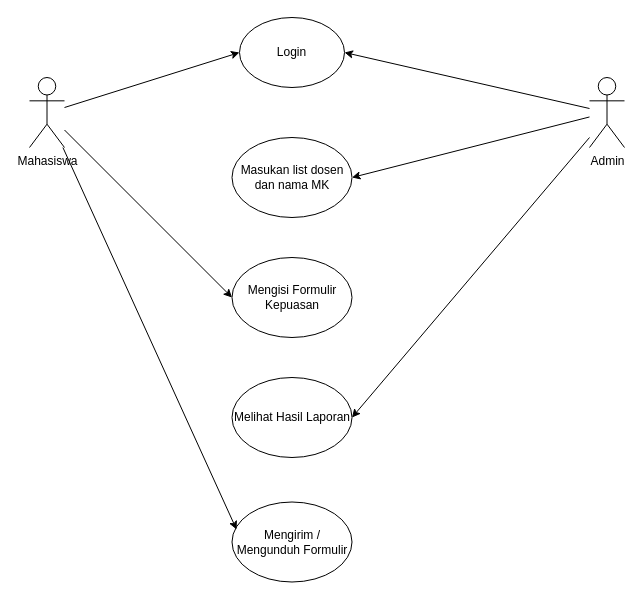
The draw.io diagram Diagram Tanpa Judul.drawio in Eara032/drawio, before the edit. Source tidied: cells renumbered, new cells numbered last; positions are measured from the earlier drawing's top-left corner, leaving out a move shared by most shapes. Both pictures are drawn from the tidied source at 100%, with x=0, y=0 at pixel (29, 17).
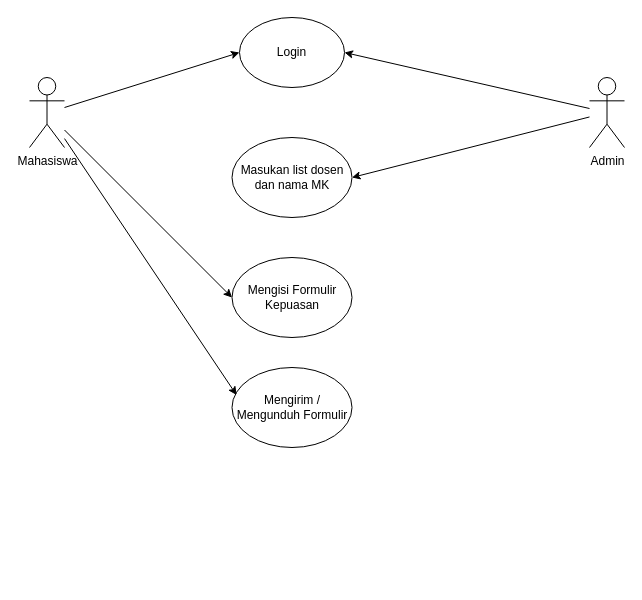
The same diagram, later.

Change to the diagram source:
```diff
@@
 <mxGraphModel>
   <root>
     <mxCell id="0" />
     <mxCell id="1" parent="0" />
     <mxCell id="2" value="Mahasiswa" style="shape=umlActor;verticalLabelPosition=bottom;verticalAlign=top;html=1;outlineConnect=0;" parent="1" vertex="1">
       <mxGeometry y="60" width="35" height="70" as="geometry" />
     </mxCell>
     <mxCell id="3" value="Admin" style="shape=umlActor;verticalLabelPosition=bottom;verticalAlign=top;html=1;outlineConnect=0;" parent="1" vertex="1">
       <mxGeometry x="560" y="60" width="35" height="70" as="geometry" />
     </mxCell>
     <mxCell id="4" value="Login" style="ellipse;whiteSpace=wrap;html=1;" parent="1" vertex="1">
       <mxGeometry x="210" width="105" height="70" as="geometry" />
     </mxCell>
     <mxCell id="5" style="endArrow=classic;html=1;rounded=0;entryX=0;entryY=0.5;entryDx=0;entryDy=0;" parent="1" edge="1" target="4">
       <mxGeometry relative="1" as="geometry">
         <mxPoint x="35" y="90" as="sourcePoint" />
       </mxGeometry>
     </mxCell>
     <mxCell id="6" style="endArrow=classic;html=1;rounded=0;entryX=1;entryY=0.5;entryDx=0;entryDy=0;" parent="1" edge="1" source="3" target="4">
       <mxGeometry relative="1" as="geometry" />
     </mxCell>
     <mxCell id="7" value="Masukan list dosen dan nama MK" style="ellipse;whiteSpace=wrap;html=1;" parent="1" vertex="1">
       <mxGeometry x="202.5" y="120" width="120" height="80" as="geometry" />
     </mxCell>
     <mxCell id="8" style="endArrow=classic;html=1;rounded=0;entryX=1;entryY=0.5;entryDx=0;entryDy=0;" parent="1" edge="1" source="3" target="7">
       <mxGeometry relative="1" as="geometry" />
     </mxCell>
     <mxCell id="9" value="Mengisi Formulir Kepuasan" style="ellipse;whiteSpace=wrap;html=1;" parent="1" vertex="1">
       <mxGeometry x="202.5" y="240" width="120" height="80" as="geometry" />
     </mxCell>
     <mxCell id="10" style="endArrow=classic;html=1;rounded=0;entryX=0;entryY=0.5;entryDx=0;entryDy=0;" parent="1" edge="1" source="2" target="9">
       <mxGeometry relative="1" as="geometry" />
     </mxCell>
-    <mxCell id="11" value="Melihat Hasil Laporan" style="ellipse;whiteSpace=wrap;html=1;" parent="1" vertex="1">
-      <mxGeometry x="202.5" y="360" width="120" height="80" as="geometry" />
-    </mxCell>
-    <mxCell id="12" style="endArrow=classic;html=1;rounded=0;entryX=1;entryY=0.5;entryDx=0;entryDy=0;" parent="1" edge="1" target="11">
-      <mxGeometry relative="1" as="geometry">
-        <mxPoint x="560" y="120" as="sourcePoint" />
-      </mxGeometry>
-    </mxCell>
     <mxCell id="13" value="Mengirim / Mengunduh Formulir" style="ellipse;whiteSpace=wrap;html=1;" parent="1" vertex="1">
-      <mxGeometry x="202.5" y="484.5" width="120" height="80" as="geometry" />
+      <mxGeometry x="202.5" y="350" width="120" height="80" as="geometry" />
     </mxCell>
     <mxCell id="14" style="endArrow=classic;html=1;rounded=0;entryX=0.038;entryY=0.344;entryDx=0;entryDy=0;entryPerimeter=0;" parent="1" edge="1" source="2" target="13">
       <mxGeometry relative="1" as="geometry" />
     </mxCell>
   </root>
 </mxGraphModel>
```
